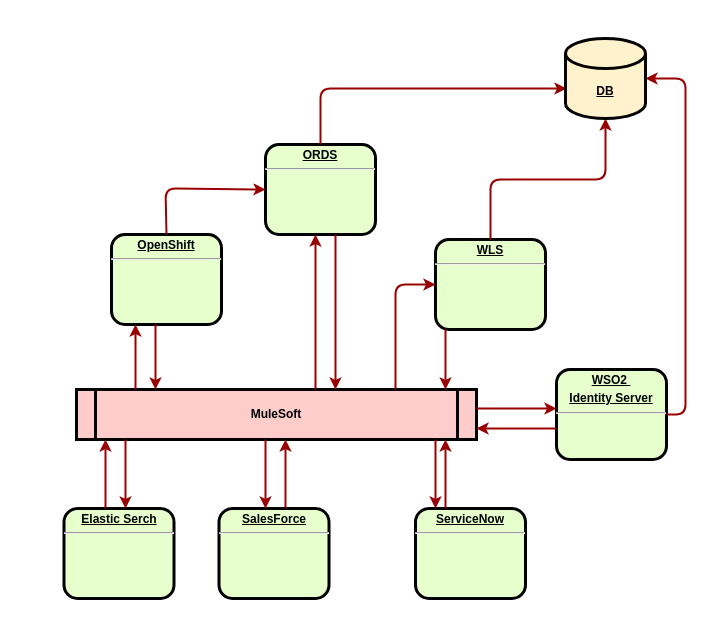
This is Flujo.drawio from jrmedrano11/Diagrams, a draw.io file, before an edit. Source tidied: cells renumbered, new cells numbered last; positions are measured from the earlier drawing's top-left corner, leaving out a move shared by most shapes. Both pictures are drawn from the tidied source at 100%, with x=0, y=0 at pixel (63, 38).
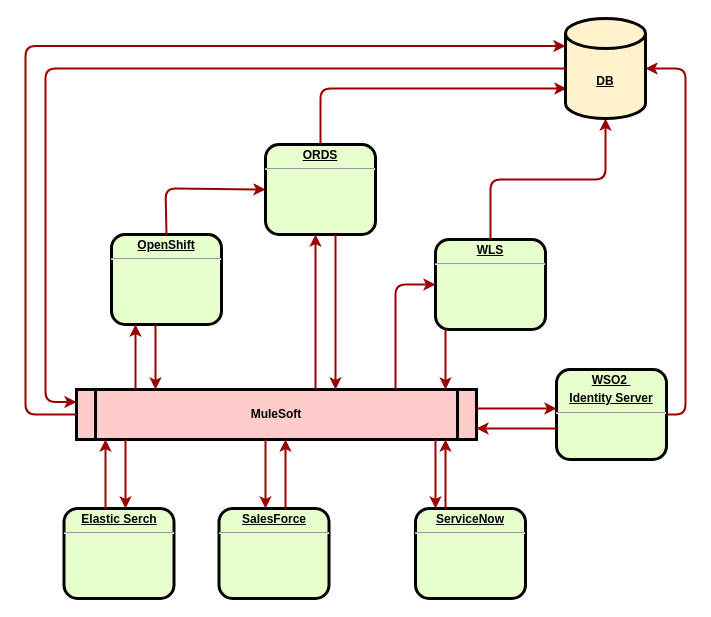
After the change.

Unchanged cells that the change refers to:
```xml
<mxCell id="3" value="MuleSoft" style="shape=process;whiteSpace=wrap;align=center;verticalAlign=middle;size=0.0475;fontStyle=1;strokeWidth=3;fillColor=#FFCCCC;" parent="1" vertex="1">
  <mxGeometry x="13" y="351" width="400" height="50" as="geometry" />
</mxCell>
```

What changed in the source:
```diff
@@
     <mxCell id="28" value="&lt;b&gt;&lt;u&gt;DB&lt;/u&gt;&lt;/b&gt;" style="shape=cylinder3;whiteSpace=wrap;html=1;boundedLbl=1;backgroundOutline=1;size=15;fillColor=#fff2cc;strokeColor=#050505;strokeWidth=3;" parent="1" vertex="1">
-      <mxGeometry x="502" width="80" height="80" as="geometry" />
+      <mxGeometry x="502" y="-20" width="80" height="100" as="geometry" />
     </mxCell>
+    <mxCell id="29" style="edgeStyle=elbowEdgeStyle;elbow=horizontal;strokeColor=#990000;strokeWidth=2;exitX=0;exitY=0.5;exitDx=0;exitDy=0;entryX=0;entryY=0;entryDx=0;entryDy=27.5;entryPerimeter=0;" parent="1" edge="1" source="3" target="28">
+      <mxGeometry relative="1" as="geometry">
+        <Array as="points">
+          <mxPoint x="-38" y="200" />
+        </Array>
+      </mxGeometry>
+    </mxCell>
+    <mxCell id="30" style="edgeStyle=elbowEdgeStyle;elbow=horizontal;strokeColor=#990000;strokeWidth=2;exitX=0;exitY=0.5;exitDx=0;exitDy=0;exitPerimeter=0;entryX=0;entryY=0.25;entryDx=0;entryDy=0;" parent="1" edge="1" source="28" target="3">
+      <mxGeometry relative="1" as="geometry">
+        <Array as="points">
+          <mxPoint x="-18" y="200" />
+        </Array>
+      </mxGeometry>
+    </mxCell>
```
